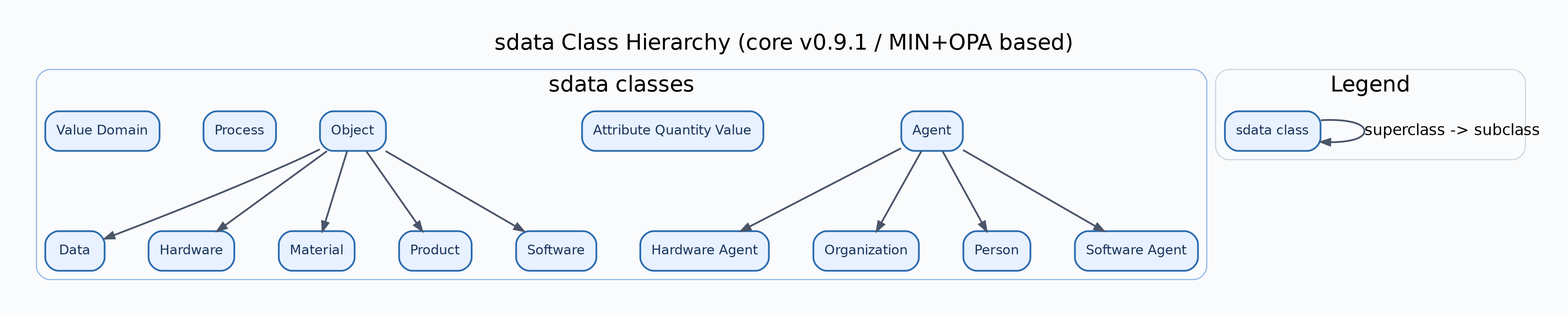
Earlier version of the Graphviz export docs/diagrams/sdata-class-hierarchy.png (lepy/sdata-ontology). Its source is kept beside it as docs/diagrams/sdata-class-hierarchy.dot.
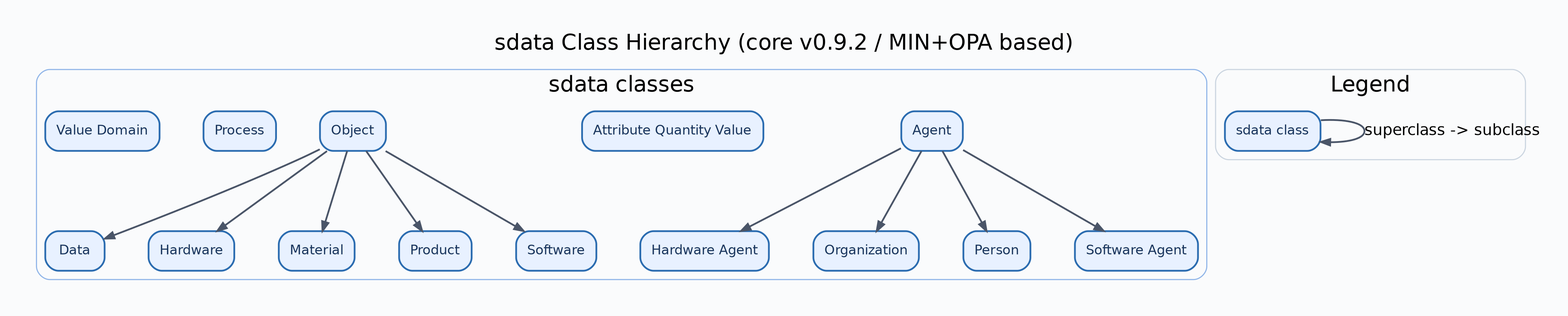
The same diagram one commit later.

Change to the diagram source:
```diff
@@ -2,7 +2,7 @@
 	graph [bgcolor="#FAFBFC",
 		fontname=Helvetica,
 		fontsize=20,
-		label="sdata Class Hierarchy (core v0.9.1 / MIN+OPA based)",
+		label="sdata Class Hierarchy (core v0.9.2 / MIN+OPA based)",
 		labeljust=c,
 		labelloc=t,
 		nodesep=0.55,
```
